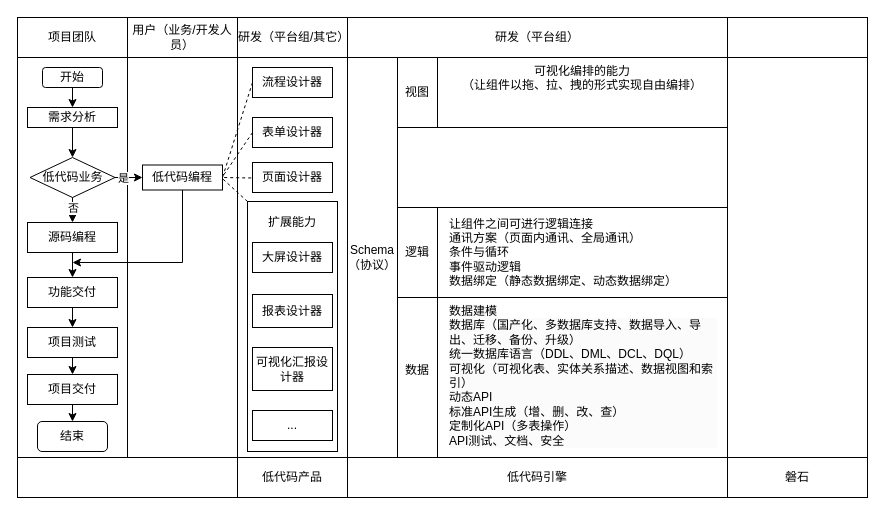
Earlier version of the draw.io diagram 低代码——泳道图.drawio (tangyaosimida/love). Source tidied: cells renumbered, new cells numbered last; positions are measured from the earlier drawing's top-left corner, leaving out a move shared by most shapes. Both pictures are drawn from the tidied source at 100%, with x=0, y=0 at pixel (17, 17).
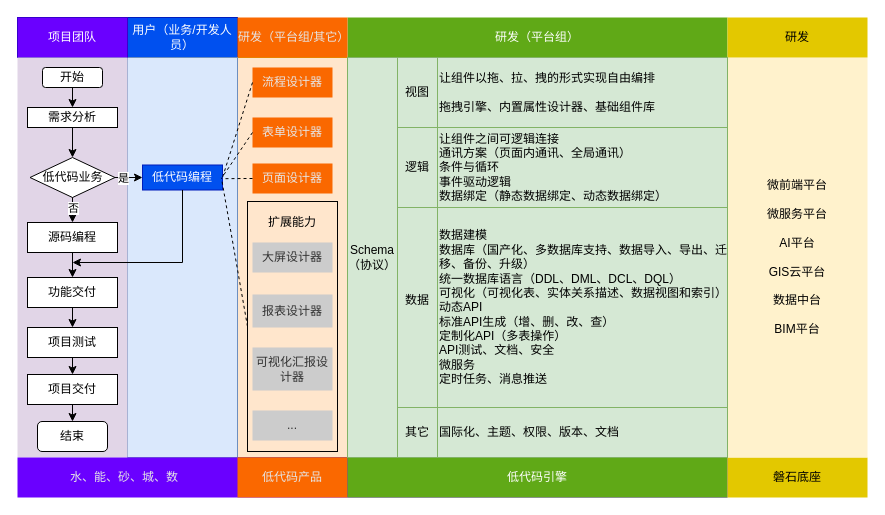
The same page after the edit.

Commit message:
更新低代码——泳道图.drawio

The change refers to these unchanged cells:
```xml
<mxCell id="3" style="rounded=0;whiteSpace=wrap;html=1;fillColor=none;" parent="1" vertex="1">
  <mxGeometry x="230" y="184" width="90" height="250" as="geometry" />
</mxCell>
```

The edit, as a diff of the source:
```diff
@@
-    <mxCell id="2" style="rounded=0;whiteSpace=wrap;html=1;fillColor=none;" parent="1" vertex="1">
+    <mxCell id="2" style="rounded=0;whiteSpace=wrap;html=1;fillColor=#ffe6cc;strokeColor=#d79b00;" parent="1" vertex="1">
       <mxGeometry x="220" y="40" width="110" height="400" as="geometry" />
     </mxCell>
@@
-    <mxCell id="4" value="研发（平台组）" style="rounded=0;whiteSpace=wrap;html=1;align=center;" parent="1" vertex="1">
+    <mxCell id="4" value="研发（平台组）" style="rounded=0;whiteSpace=wrap;html=1;align=center;fillColor=#60a917;fontColor=#ffffff;strokeColor=none;" parent="1" vertex="1">
       <mxGeometry x="330" width="380" height="40" as="geometry" />
     </mxCell>
-    <mxCell id="5" value="用户（业务/开发人员）" style="rounded=0;whiteSpace=wrap;html=1;" parent="1" vertex="1">
+    <mxCell id="5" value="用户（业务/开发人员）" style="rounded=0;whiteSpace=wrap;html=1;fillColor=#0050ef;fontColor=#ffffff;strokeColor=#001DBC;" parent="1" vertex="1">
       <mxGeometry x="110" width="110" height="40" as="geometry" />
     </mxCell>
-    <mxCell id="6" value="研发（平台组/其它）" style="rounded=0;whiteSpace=wrap;html=1;" parent="1" vertex="1">
+    <mxCell id="6" value="研发（平台组/其它）" style="rounded=0;whiteSpace=wrap;html=1;fillColor=#fa6800;strokeColor=none;fontColor=#E6E6E6;" parent="1" vertex="1">
       <mxGeometry x="220" width="110" height="40" as="geometry" />
     </mxCell>
-    <mxCell id="7" style="rounded=0;whiteSpace=wrap;html=1;" parent="1" vertex="1">
+    <mxCell id="7" style="rounded=0;whiteSpace=wrap;html=1;fillColor=#dae8fc;strokeColor=#6c8ebf;" parent="1" vertex="1">
       <mxGeometry x="110" y="40" width="110" height="400" as="geometry" />
     </mxCell>
-    <mxCell id="8" value="项目团队" style="rounded=0;whiteSpace=wrap;html=1;" parent="1" vertex="1">
+    <mxCell id="8" value="项目团队" style="rounded=0;whiteSpace=wrap;html=1;fillColor=#6a00ff;strokeColor=#3700CC;fontColor=#ffffff;" parent="1" vertex="1">
       <mxGeometry width="110" height="40" as="geometry" />
     </mxCell>
-    <mxCell id="9" style="rounded=0;whiteSpace=wrap;html=1;" parent="1" vertex="1">
+    <mxCell id="9" style="rounded=0;whiteSpace=wrap;html=1;fillColor=#e1d5e7;strokeColor=none;" parent="1" vertex="1">
       <mxGeometry y="40" width="110" height="400" as="geometry" />
     </mxCell>
@@
-    <mxCell id="26" value="低代码编程" style="rounded=0;whiteSpace=wrap;html=1;" parent="1" vertex="1">
+    <mxCell id="26" value="低代码编程" style="rounded=0;whiteSpace=wrap;html=1;fillColor=#0050ef;fontColor=#ffffff;strokeColor=#001DBC;" parent="1" vertex="1">
       <mxGeometry x="125" y="147.5" width="80" height="25" as="geometry" />
     </mxCell>
@@
-    <mxCell id="30" value="流程设计器" style="rounded=0;whiteSpace=wrap;html=1;" parent="1" vertex="1">
+    <mxCell id="30" value="流程设计器" style="rounded=0;whiteSpace=wrap;html=1;fillColor=#fa6800;fontColor=#E6E6E6;strokeColor=none;" parent="1" vertex="1">
       <mxGeometry x="235" y="50" width="80" height="30" as="geometry" />
     </mxCell>
-    <mxCell id="31" value="表单设计器" style="rounded=0;whiteSpace=wrap;html=1;" parent="1" vertex="1">
+    <mxCell id="31" value="表单设计器" style="rounded=0;whiteSpace=wrap;html=1;fillColor=#fa6800;fontColor=#E6E6E6;strokeColor=none;" parent="1" vertex="1">
       <mxGeometry x="235" y="100" width="80" height="30" as="geometry" />
     </mxCell>
-    <mxCell id="32" value="页面设计器" style="rounded=0;whiteSpace=wrap;html=1;" parent="1" vertex="1">
-      <mxGeometry x="235" y="145" width="80" height="30" as="geometry" />
+    <mxCell id="32" value="页面设计器" style="rounded=0;whiteSpace=wrap;html=1;fillColor=#fa6800;fontColor=#E6E6E6;strokeColor=none;" parent="1" vertex="1">
+      <mxGeometry x="235" y="146" width="80" height="30" as="geometry" />
     </mxCell>
-    <mxCell id="33" value="报表设计器" style="rounded=0;whiteSpace=wrap;html=1;" parent="1" vertex="1">
+    <mxCell id="33" value="报表设计器" style="rounded=0;whiteSpace=wrap;html=1;fillColor=#CCCCCC;fontColor=#333333;strokeColor=none;" parent="1" vertex="1">
       <mxGeometry x="235" y="277" width="80" height="33" as="geometry" />
     </mxCell>
-    <mxCell id="34" value="大屏设计器" style="rounded=0;whiteSpace=wrap;html=1;" parent="1" vertex="1">
+    <mxCell id="34" value="大屏设计器" style="rounded=0;whiteSpace=wrap;html=1;fillColor=#CCCCCC;fontColor=#333333;strokeColor=none;" parent="1" vertex="1">
       <mxGeometry x="235" y="225" width="80" height="30" as="geometry" />
     </mxCell>
-    <mxCell id="35" value="可视化汇报设计器" style="rounded=0;whiteSpace=wrap;html=1;" parent="1" vertex="1">
+    <mxCell id="35" value="可视化汇报设计器" style="rounded=0;whiteSpace=wrap;html=1;fillColor=#CCCCCC;fontColor=#333333;strokeColor=none;" parent="1" vertex="1">
       <mxGeometry x="235" y="330" width="80" height="43" as="geometry" />
     </mxCell>
-    <mxCell id="36" value="..." style="rounded=0;whiteSpace=wrap;html=1;" parent="1" vertex="1">
+    <mxCell id="36" value="..." style="rounded=0;whiteSpace=wrap;html=1;fillColor=#CCCCCC;fontColor=#333333;strokeColor=none;" parent="1" vertex="1">
       <mxGeometry x="235" y="393" width="80" height="30" as="geometry" />
     </mxCell>
-    <mxCell id="37" style="rounded=0;whiteSpace=wrap;html=1;" parent="1" vertex="1">
+    <mxCell id="37" style="rounded=0;whiteSpace=wrap;html=1;strokeColor=none;fillColor=#6a00ff;fontColor=#ffffff;" parent="1" vertex="1">
       <mxGeometry y="440" width="710" height="40" as="geometry" />
     </mxCell>
-    <mxCell id="38" value="低代码产品" style="rounded=0;whiteSpace=wrap;html=1;" parent="1" vertex="1">
+    <mxCell id="38" value="低代码产品" style="rounded=0;whiteSpace=wrap;html=1;fillColor=#fa6800;fontColor=#E6E6E6;strokeColor=none;" parent="1" vertex="1">
       <mxGeometry x="220" y="440" width="110" height="40" as="geometry" />
     </mxCell>
-    <mxCell id="39" value="低代码引擎" style="rounded=0;whiteSpace=wrap;html=1;" parent="1" vertex="1">
+    <mxCell id="39" value="低代码引擎" style="rounded=0;whiteSpace=wrap;html=1;fillColor=#60a917;fontColor=#ffffff;strokeColor=none;" parent="1" vertex="1">
       <mxGeometry x="330" y="440" width="380" height="40" as="geometry" />
     </mxCell>
-    <mxCell id="40" style="rounded=0;whiteSpace=wrap;html=1;" parent="1" vertex="1">
-      <mxGeometry x="330" y="40" width="380" height="400" as="geometry" />
-    </mxCell>
-    <mxCell id="41" value="磐石" style="rounded=0;whiteSpace=wrap;html=1;" parent="1" vertex="1">
+    <mxCell id="41" value="磐石底座" style="rounded=0;whiteSpace=wrap;html=1;fillColor=#e3c800;strokeColor=none;fontColor=#000000;" parent="1" vertex="1">
       <mxGeometry x="710" y="440" width="140" height="40" as="geometry" />
     </mxCell>
-    <mxCell id="42" style="rounded=0;whiteSpace=wrap;html=1;" parent="1" vertex="1">
+    <mxCell id="42" value="微前端平台&lt;div&gt;&lt;br&gt;&lt;div&gt;微服务平台&lt;/div&gt;&lt;div&gt;&lt;br&gt;&lt;/div&gt;&lt;div&gt;AI平台&lt;/div&gt;&lt;div&gt;&lt;br&gt;&lt;/div&gt;&lt;div&gt;GIS云平台&lt;/div&gt;&lt;div&gt;&lt;br&gt;&lt;/div&gt;&lt;div&gt;数据中台&lt;/div&gt;&lt;div&gt;&lt;br&gt;&lt;/div&gt;&lt;div&gt;BIM平台&lt;/div&gt;&lt;/div&gt;" style="rounded=0;whiteSpace=wrap;html=1;fillColor=#fff2cc;strokeColor=none;" parent="1" vertex="1">
       <mxGeometry x="710" y="40" width="140" height="400" as="geometry" />
     </mxCell>
-    <mxCell id="43" style="rounded=0;whiteSpace=wrap;html=1;" parent="1" vertex="1">
+    <mxCell id="43" value="研发" style="rounded=0;whiteSpace=wrap;html=1;fillColor=#e3c800;strokeColor=none;fontColor=#000000;" parent="1" vertex="1">
       <mxGeometry x="710" width="140" height="40" as="geometry" />
     </mxCell>
-    <mxCell id="44" value="&lt;div&gt;&lt;div&gt;Schema&lt;/div&gt;&lt;/div&gt;&lt;div&gt;（协议）&lt;/div&gt;" style="rounded=0;whiteSpace=wrap;html=1;" parent="1" vertex="1">
+    <mxCell id="44" value="&lt;div&gt;&lt;div&gt;Schema&lt;/div&gt;&lt;/div&gt;&lt;div&gt;（协议）&lt;/div&gt;" style="rounded=0;whiteSpace=wrap;html=1;fillColor=#d5e8d4;strokeColor=#82b366;" parent="1" vertex="1">
       <mxGeometry x="330" y="40" width="50" height="400" as="geometry" />
     </mxCell>
-    <mxCell id="45" value="可视化编排的能力&lt;div&gt;（让组件以拖、拉、拽的形式实现自由编排）&lt;br&gt;&lt;div&gt;&lt;br&gt;&lt;div&gt;&lt;div&gt;&lt;div&gt;&lt;div&gt;&lt;br&gt;&lt;/div&gt;&lt;/div&gt;&lt;/div&gt;&lt;/div&gt;&lt;/div&gt;&lt;/div&gt;" style="rounded=0;whiteSpace=wrap;html=1;verticalAlign=top;" parent="1" vertex="1">
-      <mxGeometry x="420" y="40" width="290" height="70" as="geometry" />
-    </mxCell>
-    <mxCell id="46" value="&lt;div&gt;&lt;br&gt;&lt;/div&gt;" style="rounded=0;whiteSpace=wrap;html=1;verticalAlign=top;" parent="1" vertex="1">
-      <mxGeometry x="420" y="190" width="290" height="90" as="geometry" />
-    </mxCell>
-    <mxCell id="47" style="rounded=0;whiteSpace=wrap;html=1;verticalAlign=top;" parent="1" vertex="1">
-      <mxGeometry x="420" y="280" width="290" height="160" as="geometry" />
-    </mxCell>
-    <mxCell id="48" value="视图" style="rounded=0;whiteSpace=wrap;html=1;" parent="1" vertex="1">
+    <mxCell id="48" value="视图" style="rounded=0;whiteSpace=wrap;html=1;fillColor=#d5e8d4;strokeColor=#82b366;" parent="1" vertex="1">
       <mxGeometry x="380" y="40" width="40" height="70" as="geometry" />
     </mxCell>
-    <mxCell id="49" value="逻辑" style="rounded=0;whiteSpace=wrap;html=1;" parent="1" vertex="1">
-      <mxGeometry x="380" y="190" width="40" height="90" as="geometry" />
+    <mxCell id="49" value="逻辑" style="rounded=0;whiteSpace=wrap;html=1;fillColor=#d5e8d4;strokeColor=#82b366;" parent="1" vertex="1">
+      <mxGeometry x="380" y="110" width="40" height="80" as="geometry" />
     </mxCell>
-    <mxCell id="50" value="数据&lt;div&gt;&lt;br&gt;&lt;/div&gt;" style="rounded=0;whiteSpace=wrap;html=1;" parent="1" vertex="1">
-      <mxGeometry x="380" y="280" width="40" height="160" as="geometry" />
+    <mxCell id="50" value="数据&lt;div&gt;&lt;br&gt;&lt;/div&gt;" style="rounded=0;whiteSpace=wrap;html=1;fillColor=#d5e8d4;strokeColor=#82b366;" parent="1" vertex="1">
+      <mxGeometry x="380" y="190" width="40" height="200" as="geometry" />
     </mxCell>
@@
-    <mxCell id="52" value="&lt;span style=&quot;color: rgb(0, 0, 0); font-family: Helvetica; font-size: 12px; font-style: normal; font-variant-ligatures: normal; font-variant-caps: normal; font-weight: 400; letter-spacing: normal; orphans: 2; text-align: left; text-indent: 0px; text-transform: none; widows: 2; word-spacing: 0px; -webkit-text-stroke-width: 0px; white-space: normal; background-color: rgb(251, 251, 251); text-decoration-thickness: initial; text-decoration-style: initial; text-decoration-color: initial; display: inline !important; float: none;&quot;&gt;数据建模&lt;/span&gt;&lt;div style=&quot;forced-color-adjust: none; color: rgb(0, 0, 0); font-family: Helvetica; font-size: 12px; font-style: normal; font-variant-ligatures: normal; font-variant-caps: normal; font-weight: 400; letter-spacing: normal; orphans: 2; text-align: left; text-indent: 0px; text-transform: none; widows: 2; word-spacing: 0px; -webkit-text-stroke-width: 0px; white-space: normal; background-color: rgb(251, 251, 251); text-decoration-thickness: initial; text-decoration-style: initial; text-decoration-color: initial;&quot;&gt;数据库（国产化、多数据库支持、数据导入、导出、迁移、备份、升级）&lt;/div&gt;&lt;div style=&quot;forced-color-adjust: none; color: rgb(0, 0, 0); font-family: Helvetica; font-size: 12px; font-style: normal; font-variant-ligatures: normal; font-variant-caps: normal; font-weight: 400; letter-spacing: normal; orphans: 2; text-align: left; text-indent: 0px; text-transform: none; widows: 2; word-spacing: 0px; -webkit-text-stroke-width: 0px; white-space: normal; background-color: rgb(251, 251, 251); text-decoration-thickness: initial; text-decoration-style: initial; text-decoration-color: initial;&quot;&gt;统一数据库语言（DDL、DML、DCL、DQL）&lt;/div&gt;&lt;div style=&quot;forced-color-adjust: none; color: rgb(0, 0, 0); font-family: Helvetica; font-size: 12px; font-style: normal; font-variant-ligatures: normal; font-variant-caps: normal; font-weight: 400; letter-spacing: normal; orphans: 2; text-align: left; text-indent: 0px; text-transform: none; widows: 2; word-spacing: 0px; -webkit-text-stroke-width: 0px; white-space: normal; background-color: rgb(251, 251, 251); text-decoration-thickness: initial; text-decoration-style: initial; text-decoration-color: initial;&quot;&gt;可视化（可视化表、实体关系描述、数据视图和索引）&lt;/div&gt;&lt;div style=&quot;forced-color-adjust: none; color: rgb(0, 0, 0); font-family: Helvetica; font-size: 12px; font-style: normal; font-variant-ligatures: normal; font-variant-caps: normal; font-weight: 400; letter-spacing: normal; orphans: 2; text-align: left; text-indent: 0px; text-transform: none; widows: 2; word-spacing: 0px; -webkit-text-stroke-width: 0px; white-space: normal; background-color: rgb(251, 251, 251); text-decoration-thickness: initial; text-decoration-style: initial; text-decoration-color: initial;&quot;&gt;动态API&lt;/div&gt;&lt;div style=&quot;forced-color-adjust: none; color: rgb(0, 0, 0); font-family: Helvetica; font-size: 12px; font-style: normal; font-variant-ligatures: normal; font-variant-caps: normal; font-weight: 400; letter-spacing: normal; orphans: 2; text-align: left; text-indent: 0px; text-transform: none; widows: 2; word-spacing: 0px; -webkit-text-stroke-width: 0px; white-space: normal; background-color: rgb(251, 251, 251); text-decoration-thickness: initial; text-decoration-style: initial; text-decoration-color: initial;&quot;&gt;标准API生成（增、删、改、查）&lt;/div&gt;&lt;div style=&quot;forced-color-adjust: none; color: rgb(0, 0, 0); font-family: Helvetica; font-size: 12px; font-style: normal; font-variant-ligatures: normal; font-variant-caps: normal; font-weight: 400; letter-spacing: normal; orphans: 2; text-align: left; text-indent: 0px; text-transform: none; widows: 2; word-spacing: 0px; -webkit-text-stroke-width: 0px; white-space: normal; background-color: rgb(251, 251, 251); text-decoration-thickness: initial; text-decoration-style: initial; text-decoration-color: initial;&quot;&gt;定制化API（多表操作）&lt;/div&gt;&lt;div style=&quot;forced-color-adjust: none; color: rgb(0, 0, 0); font-family: Helvetica; font-size: 12px; font-style: normal; font-variant-ligatures: normal; font-variant-caps: normal; font-weight: 400; letter-spacing: normal; orphans: 2; text-align: left; text-indent: 0px; text-transform: none; widows: 2; word-spacing: 0px; -webkit-text-stroke-width: 0px; white-space: normal; background-color: rgb(251, 251, 251); text-decoration-thickness: initial; text-decoration-style: initial; text-decoration-color: initial;&quot;&gt;API测试、文档、安全&lt;/div&gt;" style="text;whiteSpace=wrap;html=1;" parent="1" vertex="1">
-      <mxGeometry x="430" y="280" width="270" height="160" as="geometry" />
-    </mxCell>
-    <mxCell id="53" value="&lt;div style=&quot;&quot;&gt;&lt;div&gt;让组件之间可进行逻辑连接&lt;/div&gt;&lt;/div&gt;&lt;div style=&quot;&quot;&gt;&lt;span style=&quot;background-color: initial;&quot;&gt;通讯方案（页面内通讯、全局通讯）&lt;/span&gt;&lt;/div&gt;&lt;div style=&quot;&quot;&gt;条件与循环&lt;/div&gt;&lt;div style=&quot;&quot;&gt;事件驱动逻辑&lt;/div&gt;&lt;div style=&quot;&quot;&gt;数据绑定（静态数据绑定、动态数据绑定）&lt;/div&gt;" style="text;html=1;align=left;verticalAlign=middle;whiteSpace=wrap;rounded=0;" parent="1" vertex="1">
-      <mxGeometry x="430" y="195" width="270" height="80" as="geometry" />
+    <mxCell id="53" value="&lt;div style=&quot;&quot;&gt;&lt;div&gt;让组件之间可逻辑连接&lt;/div&gt;&lt;/div&gt;&lt;div style=&quot;&quot;&gt;&lt;span style=&quot;background-color: initial;&quot;&gt;通讯方案（页面内通讯、全局通讯）&lt;/span&gt;&lt;/div&gt;&lt;div style=&quot;&quot;&gt;条件与循环&lt;/div&gt;&lt;div style=&quot;&quot;&gt;事件驱动逻辑&lt;/div&gt;&lt;div style=&quot;&quot;&gt;数据绑定（静态数据绑定、动态数据绑定）&lt;/div&gt;" style="text;html=1;align=left;verticalAlign=middle;whiteSpace=wrap;rounded=0;fillColor=#d5e8d4;strokeColor=#82b366;" parent="1" vertex="1">
+      <mxGeometry x="420" y="110" width="290" height="80" as="geometry" />
     </mxCell>
@@
-    <mxCell id="56" style="endArrow=none;dashed=1;html=1;rounded=0;exitX=-0.016;exitY=0.516;exitDx=0;exitDy=0;exitPerimeter=0;entryX=1;entryY=0.5;entryDx=0;entryDy=0;" parent="1" edge="1" source="32" target="26">
-      <mxGeometry relative="1" as="geometry" />
+    <mxCell id="56" style="endArrow=none;dashed=1;html=1;rounded=0;exitX=0;exitY=0.5;exitDx=0;exitDy=0;entryX=1;entryY=0.5;entryDx=0;entryDy=0;" parent="1" edge="1" source="32">
+      <mxGeometry relative="1" as="geometry">
+        <mxPoint x="205" y="161.2" as="targetPoint" />
+        <Array as="points">
+          <mxPoint x="231" y="161" />
+        </Array>
+      </mxGeometry>
     </mxCell>
-    <mxCell id="57" style="endArrow=none;dashed=1;html=1;rounded=0;exitX=0;exitY=0;exitDx=0;exitDy=0;entryX=0.986;entryY=0.507;entryDx=0;entryDy=0;entryPerimeter=0;" parent="1" edge="1" source="3" target="26">
+    <mxCell id="57" style="endArrow=none;dashed=1;html=1;rounded=0;exitX=0;exitY=0.5;exitDx=0;exitDy=0;entryX=0.986;entryY=0.507;entryDx=0;entryDy=0;entryPerimeter=0;" parent="1" edge="1" source="3" target="26">
       <mxGeometry relative="1" as="geometry" />
     </mxCell>
+    <mxCell id="58" value="让组件以拖、拉、拽的形式实现自由编排&lt;div&gt;&lt;br&gt;&lt;div&gt;拖拽引擎、内置属性设计器、基础组件库&lt;/div&gt;&lt;/div&gt;" style="text;html=1;align=left;verticalAlign=middle;whiteSpace=wrap;rounded=0;fillColor=#d5e8d4;strokeColor=#82b366;" parent="1" vertex="1">
+      <mxGeometry x="420" y="40" width="290" height="70" as="geometry" />
+    </mxCell>
+    <mxCell id="59" value="其它" style="rounded=0;whiteSpace=wrap;html=1;fillColor=#d5e8d4;strokeColor=#82b366;" parent="1" vertex="1">
+      <mxGeometry x="380" y="390" width="40" height="50" as="geometry" />
+    </mxCell>
+    <mxCell id="60" value="国际化、主题、权限、版本、文档" style="text;html=1;align=left;verticalAlign=middle;whiteSpace=wrap;rounded=0;fillColor=#d5e8d4;strokeColor=#82b366;" parent="1" vertex="1">
+      <mxGeometry x="420" y="390" width="290" height="50" as="geometry" />
+    </mxCell>
+    <mxCell id="61" value="水、能、砂、城、数" style="text;html=1;align=center;verticalAlign=middle;whiteSpace=wrap;rounded=0;fontColor=#E6E6E6;" parent="1" vertex="1">
+      <mxGeometry x="12.5" y="445" width="187.5" height="30" as="geometry" />
+    </mxCell>
+    <mxCell id="62" value="&lt;span style=&quot;&quot;&gt;数据建模&lt;/span&gt;&lt;div style=&quot;&quot;&gt;数据库（国产化、多数据库支持、数据导入、导出、迁移、备份、升级）&lt;/div&gt;&lt;div style=&quot;&quot;&gt;统一数据库语言（DDL、DML、DCL、DQL）&lt;/div&gt;&lt;div style=&quot;&quot;&gt;可视化（可视化表、实体关系描述、数据视图和索引）&lt;/div&gt;&lt;div style=&quot;&quot;&gt;动态API&lt;/div&gt;&lt;div style=&quot;&quot;&gt;标准API生成（增、删、改、查）&lt;/div&gt;&lt;div style=&quot;&quot;&gt;定制化API（多表操作）&lt;/div&gt;&lt;div style=&quot;&quot;&gt;API测试、文档、安全&lt;/div&gt;&lt;div style=&quot;&quot;&gt;微服务&lt;/div&gt;&lt;div style=&quot;&quot;&gt;定时任务、消息推送&lt;/div&gt;" style="text;html=1;align=left;verticalAlign=middle;whiteSpace=wrap;rounded=0;fillColor=#d5e8d4;strokeColor=#82b366;" parent="1" vertex="1">
+      <mxGeometry x="420" y="190" width="290" height="200" as="geometry" />
+    </mxCell>
```
